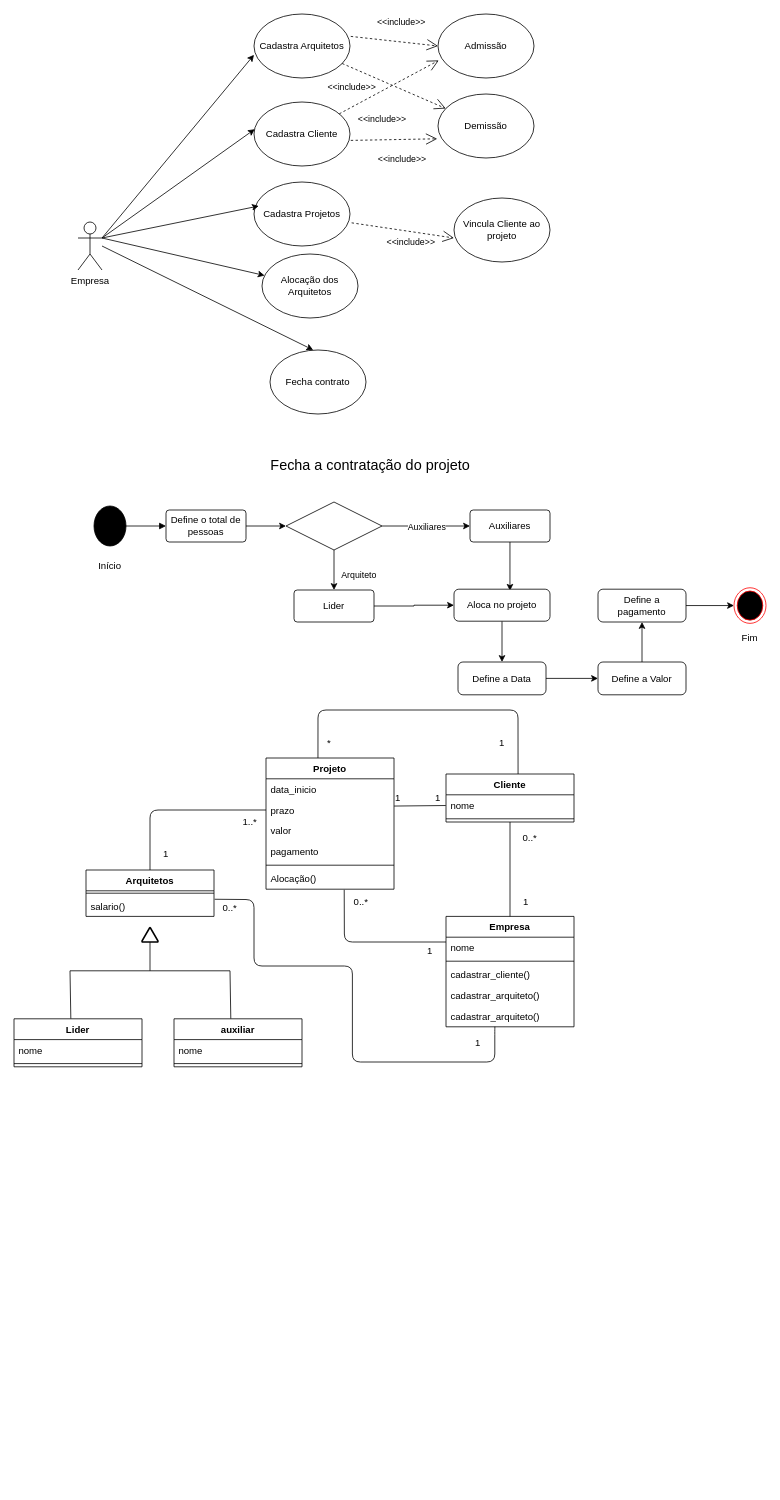
This is Untitled Diagram.drawio from EdneiFNeto/UML, a draw.io file, before an edit. Source tidied: cells renumbered, new cells numbered last; positions are measured from the earlier drawing's top-left corner, leaving out a move shared by most shapes. Both pictures are drawn from the tidied source at 80%, with x=0, y=0 at pixel (14, 14).
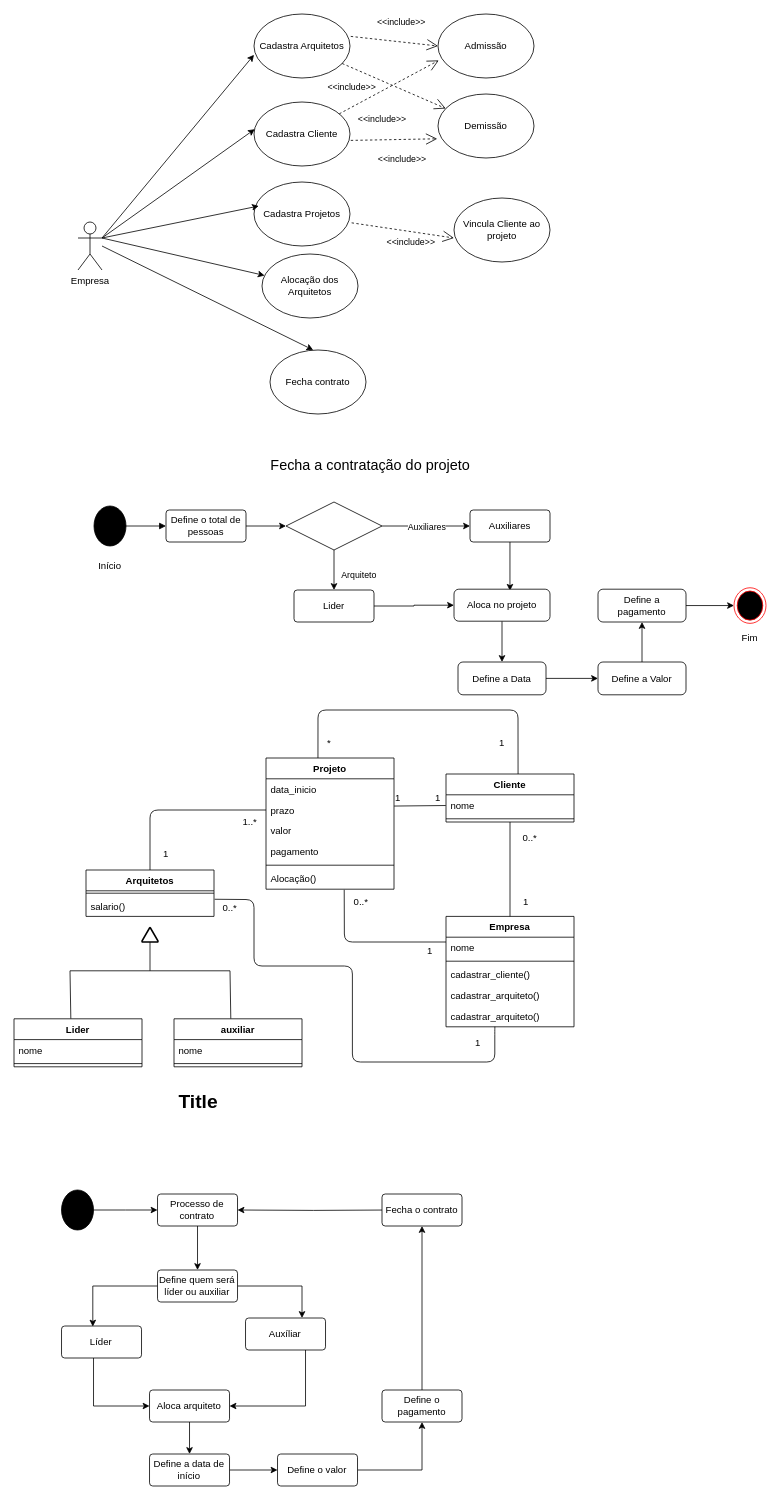
After the change.

Commit message:
Diagrama de Estados

The edit, as a diff of the source:
```diff
@@
+    <mxCell id="94" style="edgeStyle=orthogonalEdgeStyle;rounded=0;jettySize=auto;html=1;" parent="1" edge="1" source="95">
+      <mxGeometry relative="1" as="geometry">
+        <mxPoint x="179.4" y="1495" as="targetPoint" />
+      </mxGeometry>
+    </mxCell>
+    <mxCell id="95" style="shape=mxgraph.bpmn.shape;html=1;verticalLabelPosition=bottom;labelBackgroundColor=#000;verticalAlign=top;align=center;perimeter=ellipsePerimeter;outlineConnect=0;outline=standard;symbol=general;strokeColor=#000;fillColor=#000000;" parent="1" vertex="1">
+      <mxGeometry x="59.4" y="1470" width="40" height="50" as="geometry" />
+    </mxCell>
+    <mxCell id="96" style="edgeStyle=orthogonalEdgeStyle;rounded=0;jettySize=auto;html=1;" parent="1" edge="1" source="97">
+      <mxGeometry relative="1" as="geometry">
+        <mxPoint x="229.4" y="1570" as="targetPoint" />
+      </mxGeometry>
+    </mxCell>
+    <mxCell id="97" value="Processo de contrato" style="rounded=1;arcSize=10;whiteSpace=wrap;html=1;align=center;" parent="1" vertex="1">
+      <mxGeometry x="179.4" y="1475" width="100" height="40" as="geometry" />
+    </mxCell>
+    <mxCell id="98" style="edgeStyle=orthogonalEdgeStyle;rounded=0;jettySize=auto;html=1;" parent="1" edge="1" source="100" target="104">
+      <mxGeometry relative="1" as="geometry">
+        <Array as="points">
+          <mxPoint x="360" y="1590" />
+        </Array>
+      </mxGeometry>
+    </mxCell>
+    <mxCell id="99" style="edgeStyle=orthogonalEdgeStyle;rounded=0;jettySize=auto;html=1;entryX=0.391;entryY=0.018;entryDx=0;entryDy=0;entryPerimeter=0;" parent="1" edge="1" source="100" target="102">
+      <mxGeometry relative="1" as="geometry" />
+    </mxCell>
+    <mxCell id="100" value="Define quem será líder ou auxiliar" style="rounded=1;arcSize=10;whiteSpace=wrap;html=1;align=center;" parent="1" vertex="1">
+      <mxGeometry x="179.4" y="1570" width="100" height="40" as="geometry" />
+    </mxCell>
+    <mxCell id="101" style="edgeStyle=orthogonalEdgeStyle;rounded=0;jettySize=auto;html=1;entryX=0;entryY=0.5;entryDx=0;entryDy=0;" parent="1" edge="1" source="102" target="106">
+      <mxGeometry relative="1" as="geometry">
+        <Array as="points">
+          <mxPoint x="99.4" y="1740" />
+        </Array>
+      </mxGeometry>
+    </mxCell>
+    <mxCell id="102" value="Líder" style="rounded=1;arcSize=10;whiteSpace=wrap;html=1;align=center;" parent="1" vertex="1">
+      <mxGeometry x="59.4" y="1640" width="100" height="40" as="geometry" />
+    </mxCell>
+    <mxCell id="103" style="edgeStyle=orthogonalEdgeStyle;rounded=0;jettySize=auto;html=1;entryX=1;entryY=0.5;entryDx=0;entryDy=0;exitX=0.75;exitY=1;exitDx=0;exitDy=0;" parent="1" edge="1" source="104" target="106">
+      <mxGeometry relative="1" as="geometry" />
+    </mxCell>
+    <mxCell id="104" value="Auxíliar" style="rounded=1;arcSize=10;whiteSpace=wrap;html=1;align=center;" parent="1" vertex="1">
+      <mxGeometry x="289.4" y="1630" width="100" height="40" as="geometry" />
+    </mxCell>
+    <mxCell id="105" style="edgeStyle=orthogonalEdgeStyle;rounded=0;jettySize=auto;html=1;" parent="1" edge="1" source="106" target="108">
+      <mxGeometry relative="1" as="geometry" />
+    </mxCell>
+    <mxCell id="106" value="Aloca arquiteto" style="rounded=1;arcSize=10;whiteSpace=wrap;html=1;align=center;" parent="1" vertex="1">
+      <mxGeometry x="169.4" y="1720" width="100" height="40" as="geometry" />
+    </mxCell>
+    <mxCell id="107" style="edgeStyle=orthogonalEdgeStyle;rounded=0;jettySize=auto;html=1;" parent="1" edge="1" source="108" target="110">
+      <mxGeometry relative="1" as="geometry" />
+    </mxCell>
+    <mxCell id="108" value="Define a data de início" style="rounded=1;arcSize=10;whiteSpace=wrap;html=1;align=center;" parent="1" vertex="1">
+      <mxGeometry x="169.4" y="1800" width="100" height="40" as="geometry" />
+    </mxCell>
+    <mxCell id="109" style="edgeStyle=orthogonalEdgeStyle;rounded=0;jettySize=auto;html=1;entryX=0.5;entryY=1;entryDx=0;entryDy=0;" parent="1" edge="1" source="110" target="112">
+      <mxGeometry relative="1" as="geometry" />
+    </mxCell>
+    <mxCell id="110" value="Define o valor" style="rounded=1;arcSize=10;whiteSpace=wrap;html=1;align=center;" parent="1" vertex="1">
+      <mxGeometry x="329.4" y="1800" width="100" height="40" as="geometry" />
+    </mxCell>
+    <mxCell id="111" style="edgeStyle=orthogonalEdgeStyle;rounded=0;jettySize=auto;html=1;entryX=0.5;entryY=1;entryDx=0;entryDy=0;" parent="1" edge="1" source="112" target="114">
+      <mxGeometry relative="1" as="geometry" />
+    </mxCell>
+    <mxCell id="112" value="Define o pagamento" style="rounded=1;arcSize=10;whiteSpace=wrap;html=1;align=center;" parent="1" vertex="1">
+      <mxGeometry x="460" y="1720" width="100" height="40" as="geometry" />
+    </mxCell>
+    <mxCell id="113" style="edgeStyle=orthogonalEdgeStyle;rounded=0;jettySize=auto;html=1;entryX=1;entryY=0.5;entryDx=0;entryDy=0;" parent="1" edge="1" target="97">
+      <mxGeometry relative="1" as="geometry">
+        <mxPoint x="469.4" y="1495" as="sourcePoint" />
+      </mxGeometry>
+    </mxCell>
+    <mxCell id="114" value="Fecha o contrato" style="rounded=1;arcSize=10;whiteSpace=wrap;html=1;align=center;" parent="1" vertex="1">
+      <mxGeometry x="460" y="1475" width="100" height="40" as="geometry" />
+    </mxCell>
+    <mxCell id="115" value="Title" style="text;strokeColor=none;fillColor=none;html=1;fontSize=24;fontStyle=1;verticalAlign=middle;align=center;" parent="1" vertex="1">
+      <mxGeometry x="180" y="1340" width="100" height="40" as="geometry" />
+    </mxCell>
```
